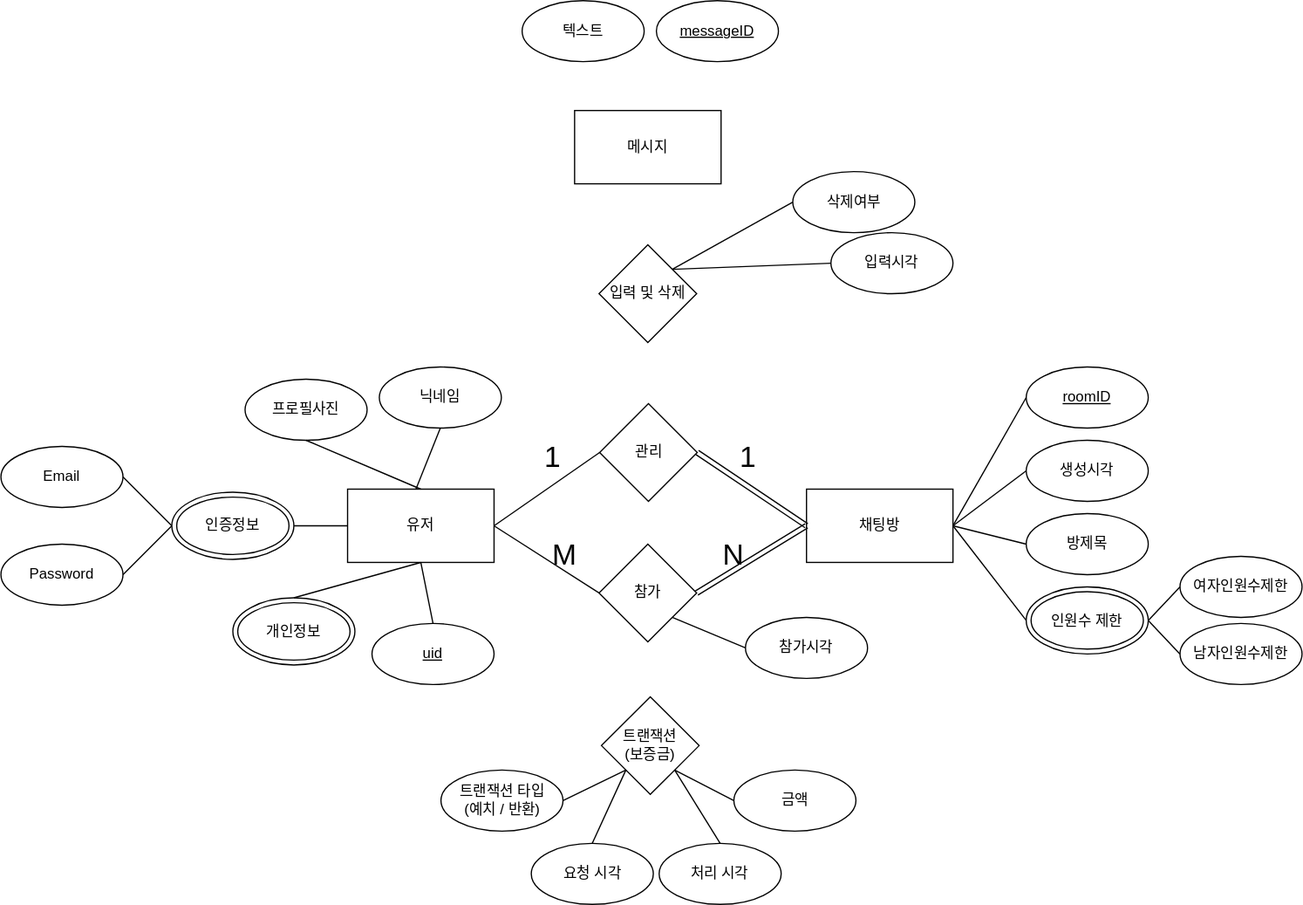
Above: diagrams/DB_conceptual_design.drawio.svg in RGB234/meeting_app (draw.io), before the change. Source tidied: cells renumbered, new cells last; positions are measured from the earlier drawing's top-left corner, leaving out a move shared by most shapes.
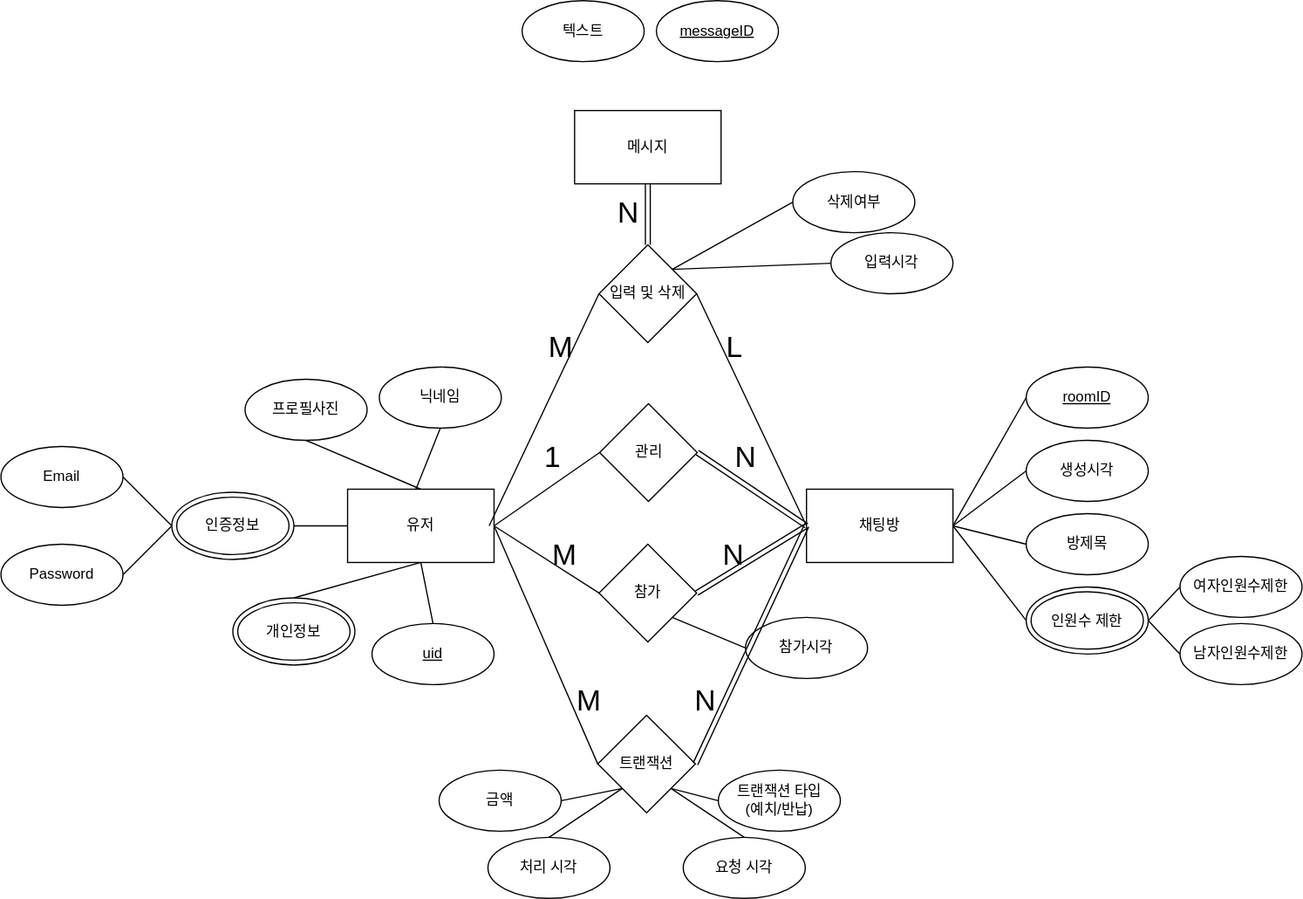
The same diagram one commit later.

Diff of the diagram source:
```diff
@@ -68,27 +68,12 @@
     <mxCell id="23" value="참가&lt;span style=&quot;background-color: initial;&quot;&gt;시각&lt;/span&gt;" style="ellipse;whiteSpace=wrap;html=1;" parent="1" vertex="1">
       <mxGeometry x="610" y="505" width="100" height="50" as="geometry" />
     </mxCell>
-    <mxCell id="24" value="트랜잭션&lt;div&gt;(보증금)&lt;/div&gt;" style="rhombus;whiteSpace=wrap;html=1;" parent="1" vertex="1">
-      <mxGeometry x="492" y="570" width="80" height="80" as="geometry" />
-    </mxCell>
-    <mxCell id="25" value="처리 시각" style="ellipse;whiteSpace=wrap;html=1;" parent="1" vertex="1">
-      <mxGeometry x="539.2" y="690" width="100" height="50" as="geometry" />
-    </mxCell>
     <mxCell id="26" value="Email" style="ellipse;whiteSpace=wrap;html=1;" parent="1" vertex="1">
       <mxGeometry y="365" width="100" height="50" as="geometry" />
     </mxCell>
     <mxCell id="27" value="Password" style="ellipse;whiteSpace=wrap;html=1;" parent="1" vertex="1">
       <mxGeometry y="445" width="100" height="50" as="geometry" />
     </mxCell>
-    <mxCell id="28" value="트랜잭션 타입&lt;div&gt;(예치 / 반환)&lt;/div&gt;" style="ellipse;whiteSpace=wrap;html=1;" parent="1" vertex="1">
-      <mxGeometry x="360.5" y="630" width="100" height="50" as="geometry" />
-    </mxCell>
-    <mxCell id="29" value="요청 시각" style="ellipse;whiteSpace=wrap;html=1;" parent="1" vertex="1">
-      <mxGeometry x="434.5" y="690" width="100" height="50" as="geometry" />
-    </mxCell>
-    <mxCell id="30" value="금액" style="ellipse;whiteSpace=wrap;html=1;" parent="1" vertex="1">
-      <mxGeometry x="600.5" y="630" width="100" height="50" as="geometry" />
-    </mxCell>
     <mxCell id="31" style="endArrow=none;html=1;rounded=0;exitX=1;exitY=0.5;exitDx=0;exitDy=0;entryX=0;entryY=0.5;entryDx=0;entryDy=0;" parent="1" edge="1" source="26" target="33">
       <mxGeometry relative="1" as="geometry" />
     </mxCell>
@@ -142,22 +127,10 @@
     <mxCell id="47" style="endArrow=none;html=1;rounded=0;entryX=1;entryY=1;entryDx=0;entryDy=0;exitX=0;exitY=0.5;exitDx=0;exitDy=0;" parent="1" edge="1" source="23" target="3">
       <mxGeometry relative="1" as="geometry" />
     </mxCell>
-    <mxCell id="48" style="endArrow=none;html=1;rounded=0;exitX=1;exitY=0.5;exitDx=0;exitDy=0;entryX=0;entryY=1;entryDx=0;entryDy=0;" parent="1" edge="1" source="28" target="24">
-      <mxGeometry relative="1" as="geometry" />
-    </mxCell>
-    <mxCell id="49" style="endArrow=none;html=1;rounded=0;exitX=0.5;exitY=0;exitDx=0;exitDy=0;entryX=0;entryY=1;entryDx=0;entryDy=0;" parent="1" edge="1" source="29" target="24">
-      <mxGeometry relative="1" as="geometry" />
-    </mxCell>
-    <mxCell id="50" style="endArrow=none;html=1;rounded=0;exitX=0.5;exitY=0;exitDx=0;exitDy=0;entryX=1;entryY=1;entryDx=0;entryDy=0;" parent="1" edge="1" source="25" target="24">
-      <mxGeometry relative="1" as="geometry" />
-    </mxCell>
-    <mxCell id="51" style="endArrow=none;html=1;rounded=0;exitX=0;exitY=0.5;exitDx=0;exitDy=0;entryX=1;entryY=1;entryDx=0;entryDy=0;" parent="1" edge="1" source="30" target="24">
-      <mxGeometry relative="1" as="geometry" />
-    </mxCell>
     <mxCell id="52" style="shape=link;html=1;rounded=0;exitX=1;exitY=0.5;exitDx=0;exitDy=0;entryX=0;entryY=0.5;entryDx=0;entryDy=0;" parent="1" edge="1" source="2" target="5">
       <mxGeometry relative="1" as="geometry" />
     </mxCell>
-    <mxCell id="53" value="1" style="html=1;whiteSpace=wrap;align=right;verticalAlign=bottom;fontSize=24;" parent="52" vertex="1">
+    <mxCell id="53" value="N" style="html=1;whiteSpace=wrap;align=right;verticalAlign=bottom;fontSize=24;" parent="52" vertex="1">
       <mxGeometry x="1" relative="1" as="geometry">
         <mxPoint x="-40" y="-40" as="offset" />
       </mxGeometry>
@@ -186,5 +159,72 @@
         <mxPoint x="46" y="40" as="offset" />
       </mxGeometry>
     </mxCell>
+    <mxCell id="60" value="&lt;div&gt;&lt;span style=&quot;background-color: initial;&quot;&gt;트랜잭션&lt;/span&gt;&lt;br&gt;&lt;/div&gt;" style="rhombus;whiteSpace=wrap;html=1;" parent="1" vertex="1">
+      <mxGeometry x="489" y="585" width="80" height="80" as="geometry" />
+    </mxCell>
+    <mxCell id="25" value="처리 시각" style="ellipse;whiteSpace=wrap;html=1;" parent="1" vertex="1">
+      <mxGeometry x="399" y="685" width="100" height="50" as="geometry" />
+    </mxCell>
+    <mxCell id="61" value="트랜잭션 타입&lt;div&gt;(예치/반납)&lt;/div&gt;" style="ellipse;whiteSpace=wrap;html=1;" parent="1" vertex="1">
+      <mxGeometry x="587.8" y="630" width="100" height="50" as="geometry" />
+    </mxCell>
+    <mxCell id="29" value="요청 시각" style="ellipse;whiteSpace=wrap;html=1;" parent="1" vertex="1">
+      <mxGeometry x="559" y="685" width="100" height="50" as="geometry" />
+    </mxCell>
+    <mxCell id="30" value="금액" style="ellipse;whiteSpace=wrap;html=1;" parent="1" vertex="1">
+      <mxGeometry x="359" y="630" width="100" height="50" as="geometry" />
+    </mxCell>
+    <mxCell id="62" style="endArrow=none;html=1;rounded=0;exitX=0;exitY=0.5;exitDx=0;exitDy=0;entryX=1;entryY=1;entryDx=0;entryDy=0;" parent="1" edge="1" source="61" target="60">
+      <mxGeometry relative="1" as="geometry" />
+    </mxCell>
+    <mxCell id="63" style="endArrow=none;html=1;rounded=0;exitX=0.5;exitY=0;exitDx=0;exitDy=0;entryX=1;entryY=1;entryDx=0;entryDy=0;" parent="1" edge="1" source="29" target="60">
+      <mxGeometry relative="1" as="geometry" />
+    </mxCell>
+    <mxCell id="64" style="endArrow=none;html=1;rounded=0;exitX=0.5;exitY=0;exitDx=0;exitDy=0;entryX=0;entryY=1;entryDx=0;entryDy=0;" parent="1" edge="1" source="25" target="60">
+      <mxGeometry relative="1" as="geometry" />
+    </mxCell>
+    <mxCell id="65" style="endArrow=none;html=1;rounded=0;exitX=1;exitY=0.5;exitDx=0;exitDy=0;entryX=0;entryY=1;entryDx=0;entryDy=0;" parent="1" edge="1" source="30" target="60">
+      <mxGeometry relative="1" as="geometry" />
+    </mxCell>
+    <mxCell id="66" style="endArrow=none;html=1;rounded=0;exitX=0;exitY=0.5;exitDx=0;exitDy=0;entryX=1;entryY=0.5;entryDx=0;entryDy=0;" parent="1" edge="1" source="60" target="4">
+      <mxGeometry relative="1" as="geometry" />
+    </mxCell>
+    <mxCell id="67" value="&lt;font style=&quot;font-size: 24px;&quot;&gt;M&lt;/font&gt;" style="html=1;whiteSpace=wrap;align=left;verticalAlign=bottom;direction=south;" parent="1" vertex="1">
+      <mxGeometry x="470" y="590" as="geometry" />
+    </mxCell>
+    <mxCell id="68" style="shape=link;html=1;rounded=0;entryX=0;entryY=0.5;entryDx=0;entryDy=0;exitX=1;exitY=0.5;exitDx=0;exitDy=0;" parent="1" edge="1" source="60" target="5">
+      <mxGeometry relative="1" as="geometry" />
+    </mxCell>
+    <mxCell id="69" value="N" style="html=1;whiteSpace=wrap;align=right;verticalAlign=bottom;fontSize=24;" parent="68" vertex="1">
+      <mxGeometry x="1" relative="1" as="geometry">
+        <mxPoint x="-73" y="160" as="offset" />
+      </mxGeometry>
+    </mxCell>
+    <mxCell id="70" style="shape=link;html=1;rounded=0;exitX=0.5;exitY=0;exitDx=0;exitDy=0;entryX=0.5;entryY=1;entryDx=0;entryDy=0;" parent="1" edge="1" source="7" target="6">
+      <mxGeometry relative="1" as="geometry" />
+    </mxCell>
+    <mxCell id="71" value="N" style="html=1;whiteSpace=wrap;align=right;verticalAlign=bottom;fontSize=24;" parent="70" vertex="1">
+      <mxGeometry x="1" relative="1" as="geometry">
+        <mxPoint x="-6" y="40" as="offset" />
+      </mxGeometry>
+    </mxCell>
+    <mxCell id="72" style="endArrow=none;html=1;rounded=0;exitX=0;exitY=0.5;exitDx=0;exitDy=0;" parent="1" edge="1" source="7">
+      <mxGeometry relative="1" as="geometry">
+        <mxPoint x="400" y="430" as="targetPoint" />
+      </mxGeometry>
+    </mxCell>
+    <mxCell id="73" value="M" style="html=1;whiteSpace=wrap;align=right;verticalAlign=bottom;fontSize=24;direction=south;" parent="72" vertex="1">
+      <mxGeometry x="1" relative="1" as="geometry">
+        <mxPoint x="70" y="-130" as="offset" />
+      </mxGeometry>
+    </mxCell>
+    <mxCell id="74" style="endArrow=none;html=1;rounded=0;entryX=1;entryY=0.5;entryDx=0;entryDy=0;exitX=0;exitY=0.5;exitDx=0;exitDy=0;" parent="1" edge="1" source="5" target="7">
+      <mxGeometry relative="1" as="geometry" />
+    </mxCell>
+    <mxCell id="75" value="L" style="html=1;whiteSpace=wrap;align=right;verticalAlign=bottom;fontSize=24;direction=south;" parent="74" vertex="1">
+      <mxGeometry x="1" relative="1" as="geometry">
+        <mxPoint x="39" y="60" as="offset" />
+      </mxGeometry>
+    </mxCell>
   </root>
 </mxGraphModel>
```
